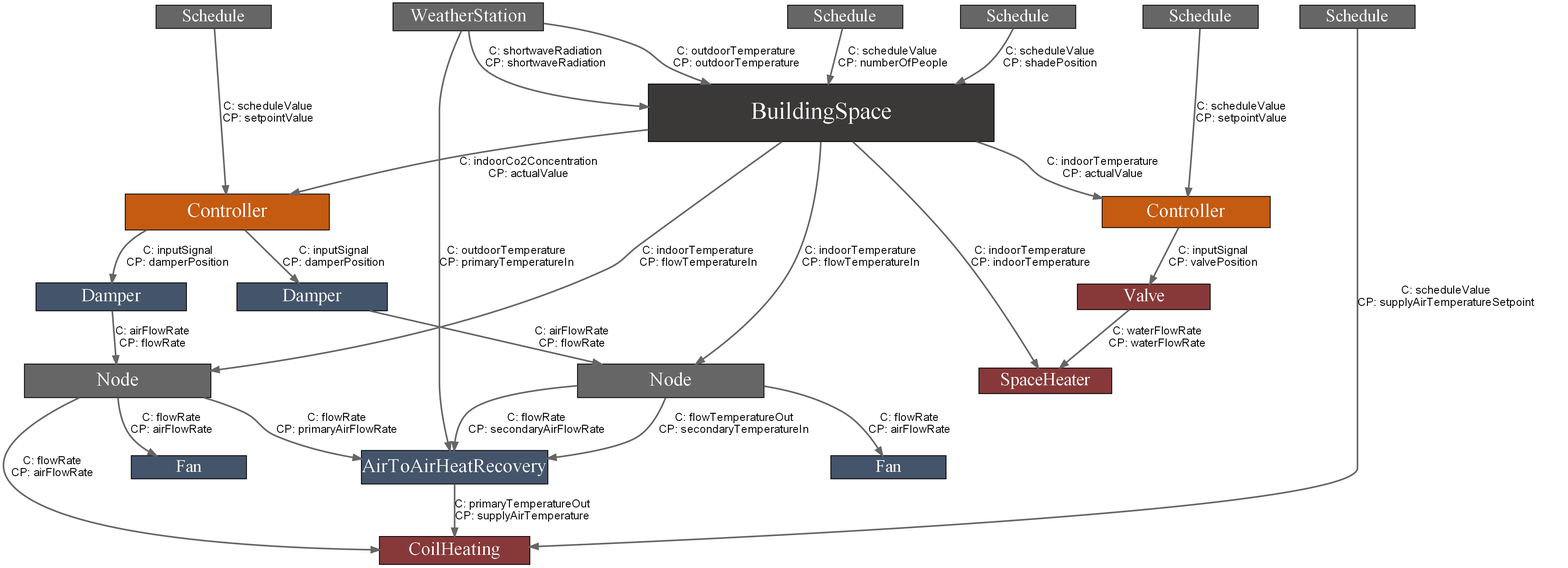
Earlier version of the Graphviz export system_graph_no_cycles.png (JBjoernskov/Twin4Build). Its source is kept beside it as system_graph_no_cycles.dot.
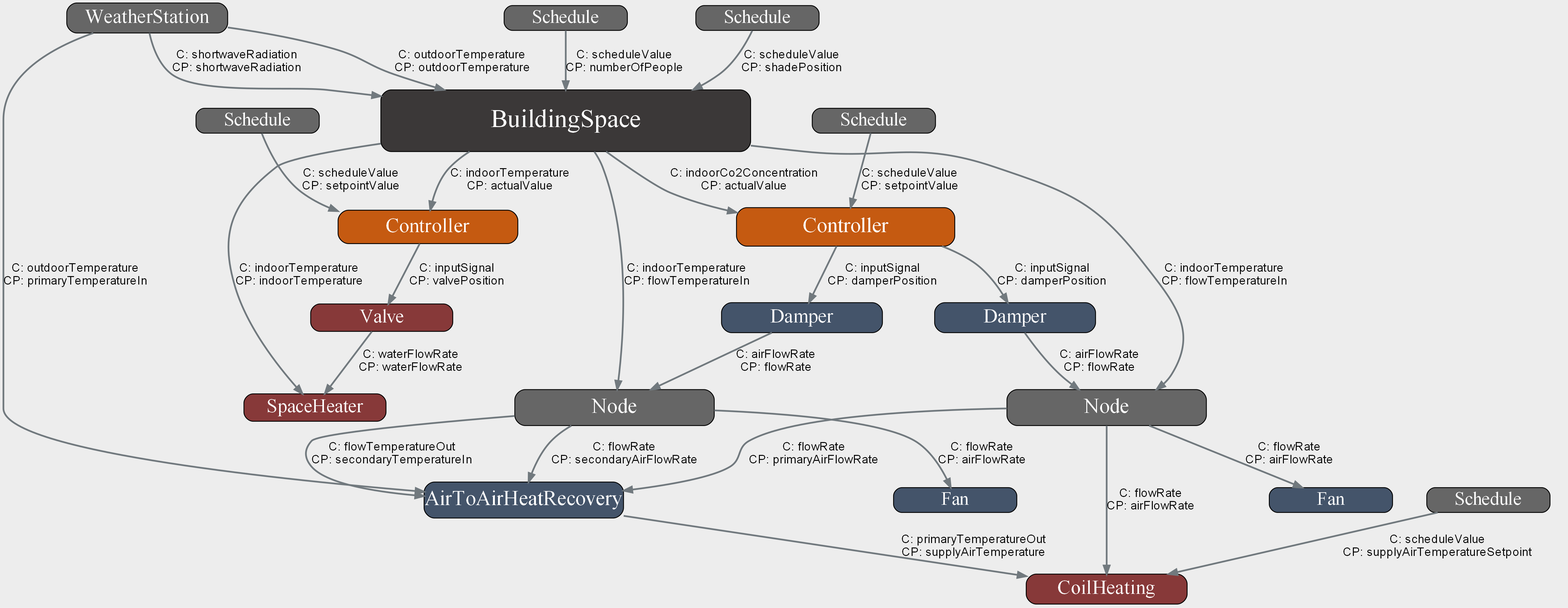
The same file after the commit.

The edit, as a diff of the source:
```diff
@@ -1,11 +1,9 @@
 digraph G {
 subgraph  {
-rank=same;
 weather_station [color=black, fillcolor="#666666", fontsize=23.23076923076923, height=0.49230769230769234, label=WeatherStation, width=2.615384615384615];
 }
 
 subgraph  {
-rank=same;
 occupancy_schedule [color=black, fillcolor="#666666", fontsize=22.0, height=0.4000000000000001, label=Schedule, width=1.9999999999999993];
 shade_setpoint_schedule [color=black, fillcolor="#666666", fontsize=22.0, height=0.4000000000000001, label=Schedule, width=1.9999999999999993];
 supply_air_temperature_setpoint_schedule [color=black, fillcolor="#666666", fontsize=22.0, height=0.4000000000000001, label=Schedule, width=1.9999999999999993];
@@ -14,54 +12,44 @@
 }
 
 subgraph  {
-rank=same;
 "Ø20-601b-2" [color=black, fillcolor="#3B3838", fontsize=30.0, height=1.0, label=BuildingSpace, width=6.0];
 }
 
 subgraph  {
-rank=same;
 "C_temperature_Ø20-601b-2" [color=black, fillcolor="#C55A11", fontsize=23.846153846153847, height=0.5384615384615385, label=Controller, width=2.9230769230769225];
 "C_CO2_Ø20-601b-2" [color=black, fillcolor="#C55A11", fontsize=25.076923076923077, height=0.6307692307692307, label=Controller, width=3.538461538461538];
 }
 
 subgraph  {
-rank=same;
 HR_Ventilation1 [color=black, fillcolor="#44546A", fontsize=24.46153846153846, height=0.5846153846153846, label=AirToAirHeatRecovery, width=3.23076923076923];
 }
 
 subgraph  {
-rank=same;
 HC_Ventilation1_Heating1 [color=black, fillcolor="#873939", fontsize=23.23076923076923, height=0.49230769230769234, label=CoilHeating, width=2.615384615384615];
 }
 
 subgraph  {
-rank=same;
 }
 
 subgraph  {
-rank=same;
 "D_supply_Ø20-601b-2" [color=black, fillcolor="#44546A", fontsize=23.23076923076923, height=0.49230769230769234, label=Damper, width=2.615384615384615];
 "D_exhaust_Ø20-601b-2" [color=black, fillcolor="#44546A", fontsize=23.23076923076923, height=0.49230769230769234, label=Damper, width=2.615384615384615];
 }
 
 subgraph  {
-rank=same;
 "V_Ø20-601b-2" [color=black, fillcolor="#873939", fontsize=22.615384615384613, height=0.44615384615384623, label=Valve, width=2.307692307692307];
 }
 
 subgraph  {
-rank=same;
 F_supply_Ventilation1 [color=black, fillcolor="#44546A", fontsize=22.0, height=0.4000000000000001, label=Fan, width=1.9999999999999993];
 F_exhaust_Ventilation1 [color=black, fillcolor="#44546A", fontsize=22.0, height=0.4000000000000001, label=Fan, width=1.9999999999999993];
 }
 
 subgraph  {
-rank=same;
 "SH_Ø20-601b-2" [color=black, fillcolor="#873939", fontsize=22.615384615384613, height=0.44615384615384623, label=SpaceHeater, width=2.307692307692307];
 }
 
 subgraph  {
-rank=same;
 N_supply_Ventilation1 [color=black, fillcolor="#666666", fontsize=24.46153846153846, height=0.5846153846153846, label=Node, width=3.23076923076923];
 N_exhaust_Ventilation1 [color=black, fillcolor="#666666", fontsize=24.46153846153846, height=0.5846153846153846, label=Node, width=3.23076923076923];
 }
```
